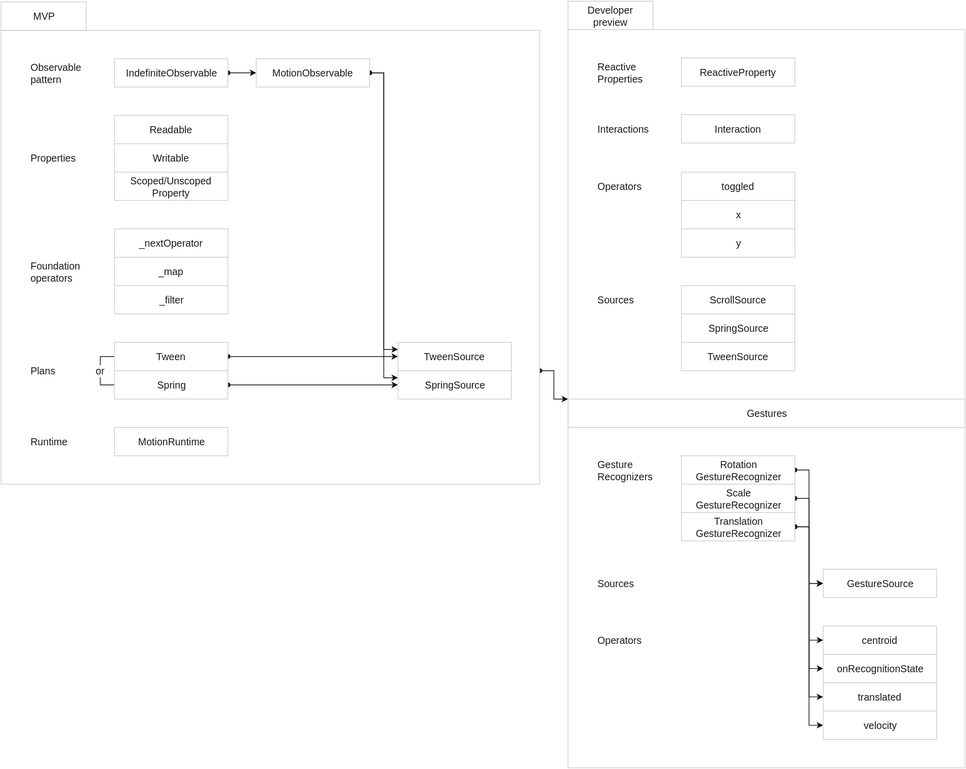
Before: assets/tech-tree-features.svg, a diagram exported from draw.io (material-motion/material-motion). Source tidied: cells renumbered, new cells last; positions are measured from the earlier drawing's top-left corner, leaving out a move shared by most shapes.
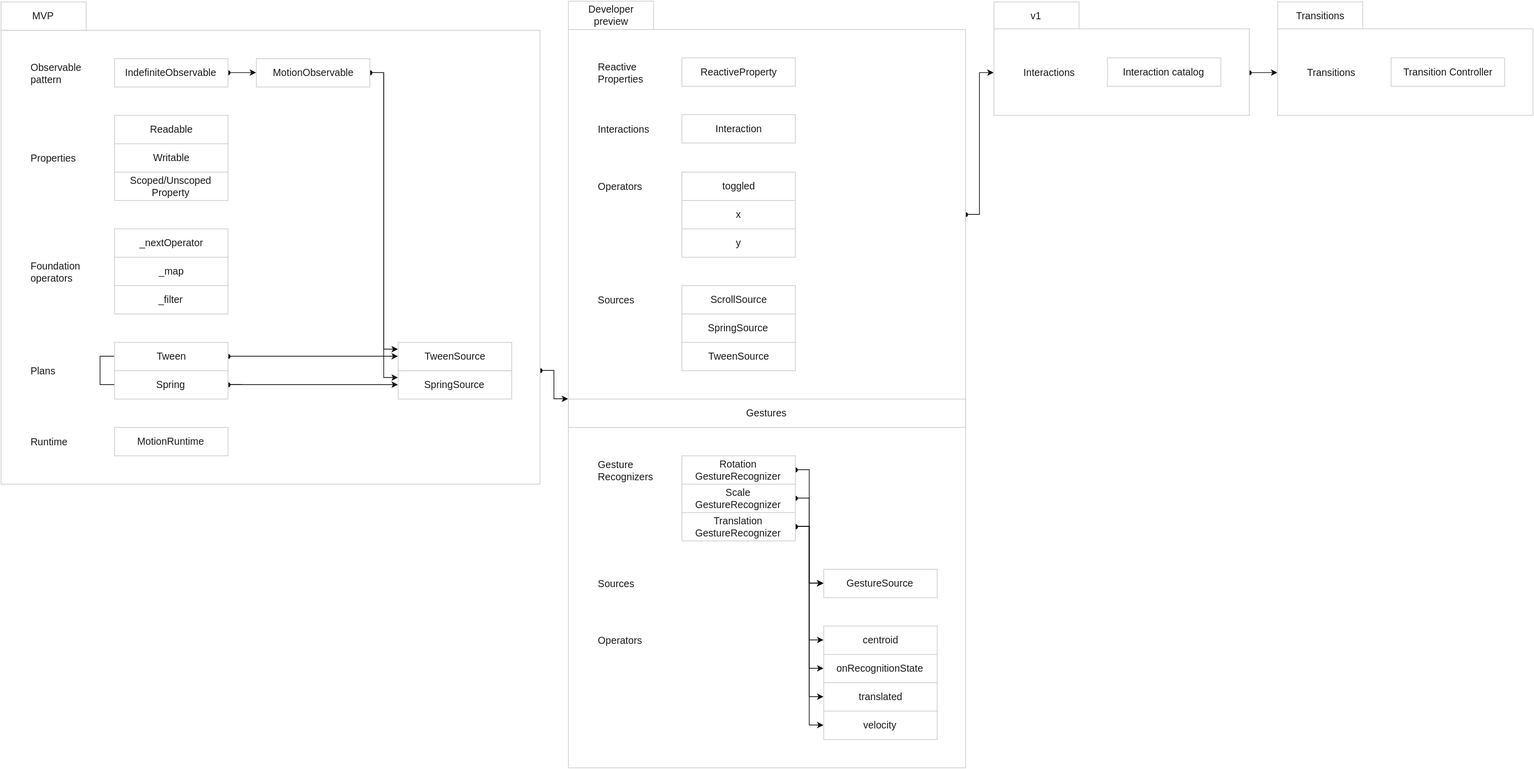
After the commit.

Commit message:
Update tech tree.

What changed in the source:
```diff
@@ -1,7 +1,10 @@
-<mxGraphModel background="#ffffff">
+<mxGraphModel>
   <root>
     <mxCell id="0" />
     <mxCell id="1" parent="0" />
+    <mxCell id="62" style="edgeStyle=orthogonalEdgeStyle;rounded=0;html=1;exitX=1;exitY=0.25;entryX=0;entryY=0.5;labelBackgroundColor=#FFFFFF;startArrow=oval;startFill=1;endArrow=classic;endFill=1;jettySize=auto;strokeColor=#111;strokeWidth=1;fillColor=#ffffff;fontFamily=Helvetica;fontSize=14;fontColor=#1A1A1A;" parent="1" edge="1" source="2" target="65">
+      <mxGeometry relative="1" as="geometry" />
+    </mxCell>
     <mxCell id="2" style="whiteSpace=wrap;html=1;labelBackgroundColor=none;strokeColor=#CCCCCC;strokeWidth=1;fillColor=#FFFFFF;gradientColor=none;fontFamily=Helvetica;fontSize=14;fontColor=#1A1A1A;align=center;" parent="1" vertex="1">
       <mxGeometry x="800" y="40" width="560" height="1041" as="geometry" />
     </mxCell>
@@ -182,5 +185,32 @@
     <mxCell id="61" value="TweenSource" style="whiteSpace=wrap;html=1;labelBackgroundColor=none;strokeColor=#CCCCCC;strokeWidth=1;fillColor=#FFFFFF;gradientColor=none;fontFamily=Helvetica;fontSize=14;fontColor=#1A1A1A;align=center;" parent="1" vertex="1">
       <mxGeometry x="960" y="481" width="160" height="40" as="geometry" />
     </mxCell>
+    <mxCell id="63" value="v1" style="whiteSpace=wrap;html=1;labelBackgroundColor=none;strokeColor=#CCCCCC;strokeWidth=1;fillColor=#FFFFFF;gradientColor=none;fontFamily=Helvetica;fontSize=14;fontColor=#1A1A1A;align=center;" parent="1" vertex="1">
+      <mxGeometry x="1400" y="1" width="120" height="40" as="geometry" />
+    </mxCell>
+    <mxCell id="64" style="edgeStyle=orthogonalEdgeStyle;rounded=0;html=1;exitX=1;exitY=0.5;entryX=0;entryY=0.5;labelBackgroundColor=#FFFFFF;startArrow=oval;startFill=1;endArrow=classic;endFill=1;jettySize=auto;strokeColor=#111;strokeWidth=1;fillColor=#ffffff;fontFamily=Helvetica;fontSize=14;fontColor=#1A1A1A;" parent="1" edge="1" source="65" target="69">
+      <mxGeometry relative="1" as="geometry" />
+    </mxCell>
+    <mxCell id="65" style="whiteSpace=wrap;html=1;labelBackgroundColor=none;strokeColor=#CCCCCC;strokeWidth=1;fillColor=#FFFFFF;gradientColor=none;fontFamily=Helvetica;fontSize=14;fontColor=#1A1A1A;align=center;" parent="1" vertex="1">
+      <mxGeometry x="1400" y="39" width="360" height="122" as="geometry" />
+    </mxCell>
+    <mxCell id="66" value="Interactions" style="text;html=1;strokeColor=none;fillColor=none;align=left;verticalAlign=middle;whiteSpace=wrap;labelBackgroundColor=none;fontFamily=Helvetica;fontSize=14;fontColor=#1A1A1A;" parent="1" vertex="1">
+      <mxGeometry x="1440" y="80" width="80" height="40" as="geometry" />
+    </mxCell>
+    <mxCell id="67" value="Interaction catalog" style="whiteSpace=wrap;html=1;labelBackgroundColor=none;strokeColor=#CCCCCC;strokeWidth=1;fillColor=#FFFFFF;gradientColor=none;fontFamily=Helvetica;fontSize=14;fontColor=#1A1A1A;align=center;" parent="1" vertex="1">
+      <mxGeometry x="1560" y="80" width="160" height="40" as="geometry" />
+    </mxCell>
+    <mxCell id="68" value="Transitions" style="whiteSpace=wrap;html=1;labelBackgroundColor=none;strokeColor=#CCCCCC;strokeWidth=1;fillColor=#FFFFFF;gradientColor=none;fontFamily=Helvetica;fontSize=14;fontColor=#1A1A1A;align=center;" parent="1" vertex="1">
+      <mxGeometry x="1800" y="1" width="120" height="40" as="geometry" />
+    </mxCell>
+    <mxCell id="69" style="whiteSpace=wrap;html=1;labelBackgroundColor=none;strokeColor=#CCCCCC;strokeWidth=1;fillColor=#FFFFFF;gradientColor=none;fontFamily=Helvetica;fontSize=14;fontColor=#1A1A1A;align=center;" parent="1" vertex="1">
+      <mxGeometry x="1800" y="39" width="360" height="122" as="geometry" />
+    </mxCell>
+    <mxCell id="70" value="Transitions" style="text;html=1;strokeColor=none;fillColor=none;align=left;verticalAlign=middle;whiteSpace=wrap;labelBackgroundColor=none;fontFamily=Helvetica;fontSize=14;fontColor=#1A1A1A;" parent="1" vertex="1">
+      <mxGeometry x="1840" y="80" width="80" height="40" as="geometry" />
+    </mxCell>
+    <mxCell id="71" value="Transition Controller" style="whiteSpace=wrap;html=1;labelBackgroundColor=none;strokeColor=#CCCCCC;strokeWidth=1;fillColor=#FFFFFF;gradientColor=none;fontFamily=Helvetica;fontSize=14;fontColor=#1A1A1A;align=center;" parent="1" vertex="1">
+      <mxGeometry x="1960" y="80" width="160" height="40" as="geometry" />
+    </mxCell>
   </root>
 </mxGraphModel>
```
